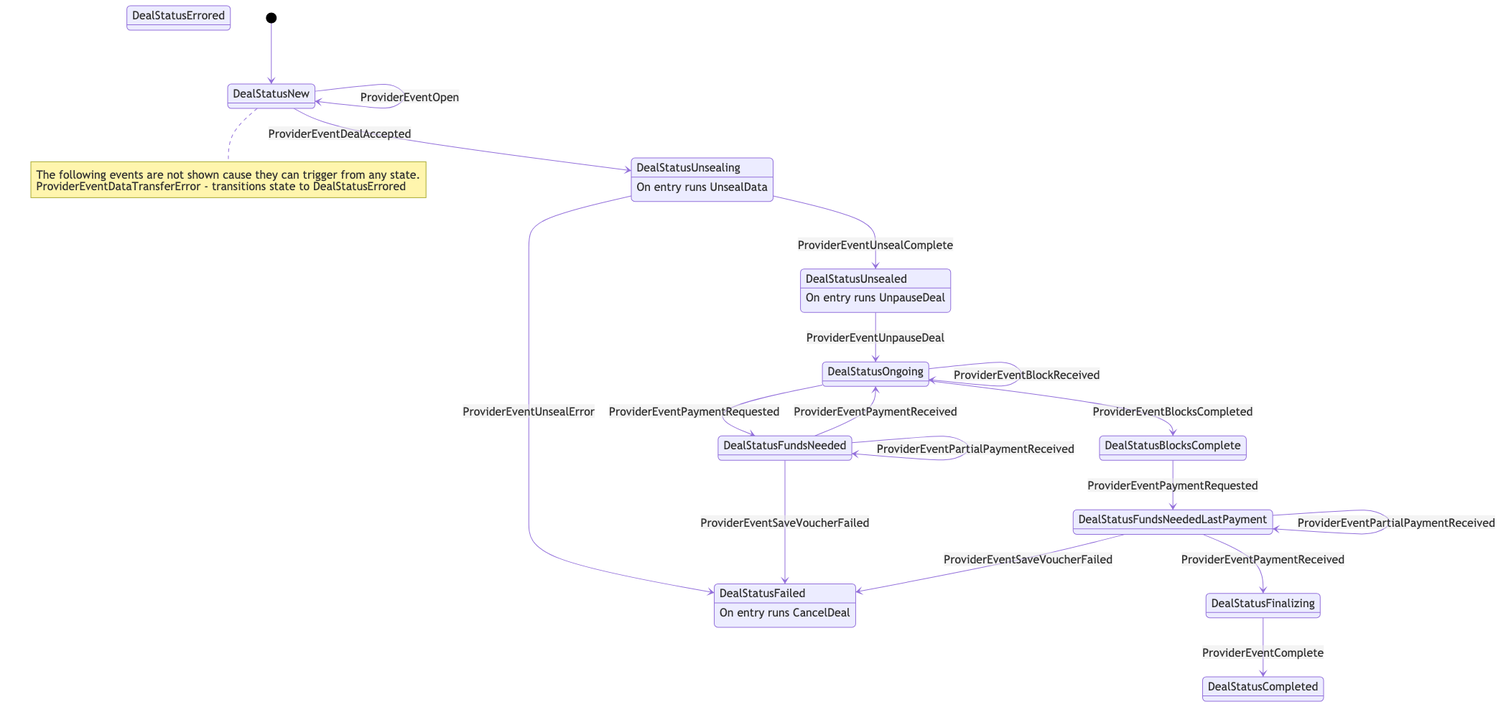
Earlier version of the Mermaid export docs/retrievalprovider.mmd.png (filecoin-project/go-fil-markets). Its source is kept beside it as docs/retrievalprovider.mmd.
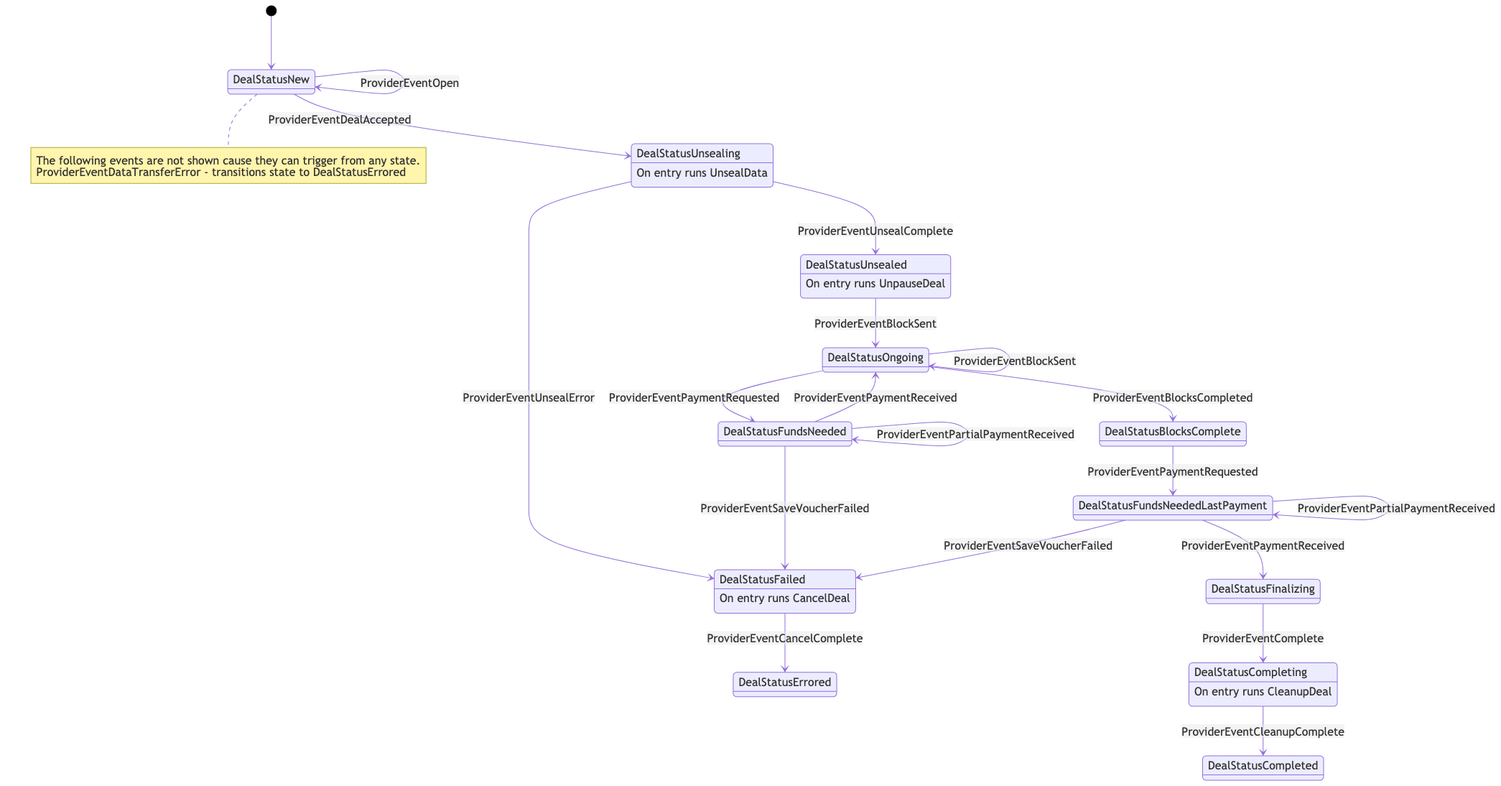
After the change.

What changed in the source:
```diff
@@ -2,17 +2,19 @@
 	state "DealStatusNew" as 0
 	state "DealStatusUnsealing" as 1
 	state "DealStatusUnsealed" as 2
-	state "DealStatusFailed" as 9
-	state "DealStatusFundsNeeded" as 11
-	state "DealStatusOngoing" as 14
-	state "DealStatusFundsNeededLastPayment" as 15
-	state "DealStatusCompleted" as 16
-	state "DealStatusErrored" as 19
-	state "DealStatusBlocksComplete" as 20
-	state "DealStatusFinalizing" as 21
+	state "DealStatusFailed" as 7
+	state "DealStatusFundsNeeded" as 9
+	state "DealStatusOngoing" as 12
+	state "DealStatusFundsNeededLastPayment" as 13
+	state "DealStatusCompleted" as 14
+	state "DealStatusErrored" as 16
+	state "DealStatusBlocksComplete" as 17
+	state "DealStatusFinalizing" as 18
+	state "DealStatusCompleting" as 19
 	1 : On entry runs UnsealData
 	2 : On entry runs UnpauseDeal
-	9 : On entry runs CancelDeal
+	7 : On entry runs CancelDeal
+	19 : On entry runs CleanupDeal
 	[*] --> 0
 	note right of 0
 		The following events are not shown cause they can trigger from any state.
@@ -21,17 +23,19 @@
 	end note
 	0 --> 0 : ProviderEventOpen
 	0 --> 1 : ProviderEventDealAccepted
-	1 --> 9 : ProviderEventUnsealError
+	1 --> 7 : ProviderEventUnsealError
 	1 --> 2 : ProviderEventUnsealComplete
-	2 --> 14 : ProviderEventUnpauseDeal
-	14 --> 14 : ProviderEventBlockReceived
-	14 --> 20 : ProviderEventBlocksCompleted
-	14 --> 11 : ProviderEventPaymentRequested
-	20 --> 15 : ProviderEventPaymentRequested
-	11 --> 9 : ProviderEventSaveVoucherFailed
-	15 --> 9 : ProviderEventSaveVoucherFailed
-	11 --> 11 : ProviderEventPartialPaymentReceived
-	15 --> 15 : ProviderEventPartialPaymentReceived
-	11 --> 14 : ProviderEventPaymentReceived
-	15 --> 21 : ProviderEventPaymentReceived
-	21 --> 16 : ProviderEventComplete
+	2 --> 12 : ProviderEventBlockSent
+	12 --> 12 : ProviderEventBlockSent
+	12 --> 17 : ProviderEventBlocksCompleted
+	12 --> 9 : ProviderEventPaymentRequested
+	17 --> 13 : ProviderEventPaymentRequested
+	9 --> 7 : ProviderEventSaveVoucherFailed
+	13 --> 7 : ProviderEventSaveVoucherFailed
+	9 --> 9 : ProviderEventPartialPaymentReceived
+	13 --> 13 : ProviderEventPartialPaymentReceived
+	9 --> 12 : ProviderEventPaymentReceived
+	13 --> 18 : ProviderEventPaymentReceived
+	18 --> 19 : ProviderEventComplete
+	19 --> 14 : ProviderEventCleanupComplete
+	7 --> 16 : ProviderEventCancelComplete
```
